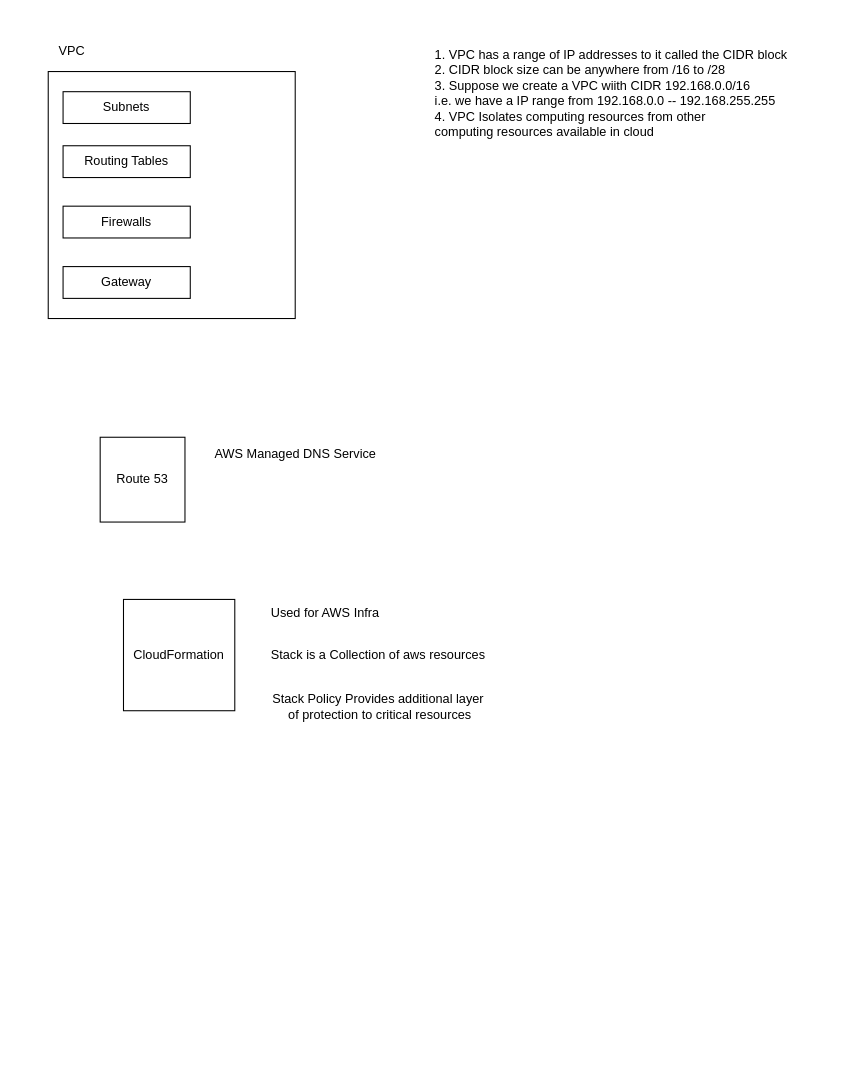
Aekshant/Devops-Notes keeps this draw.io diagram as page "VPC" (2 of 5) of awsDev/AWS Fundamental.drawio. Above is the earlier version. Source tidied: cells renumbered, new cells numbered last; positions are measured from the earlier drawing's top-left corner, leaving out a move shared by most shapes. Both pictures are drawn from the tidied source at 106%, with x=0, y=0 at pixel (48, 37).
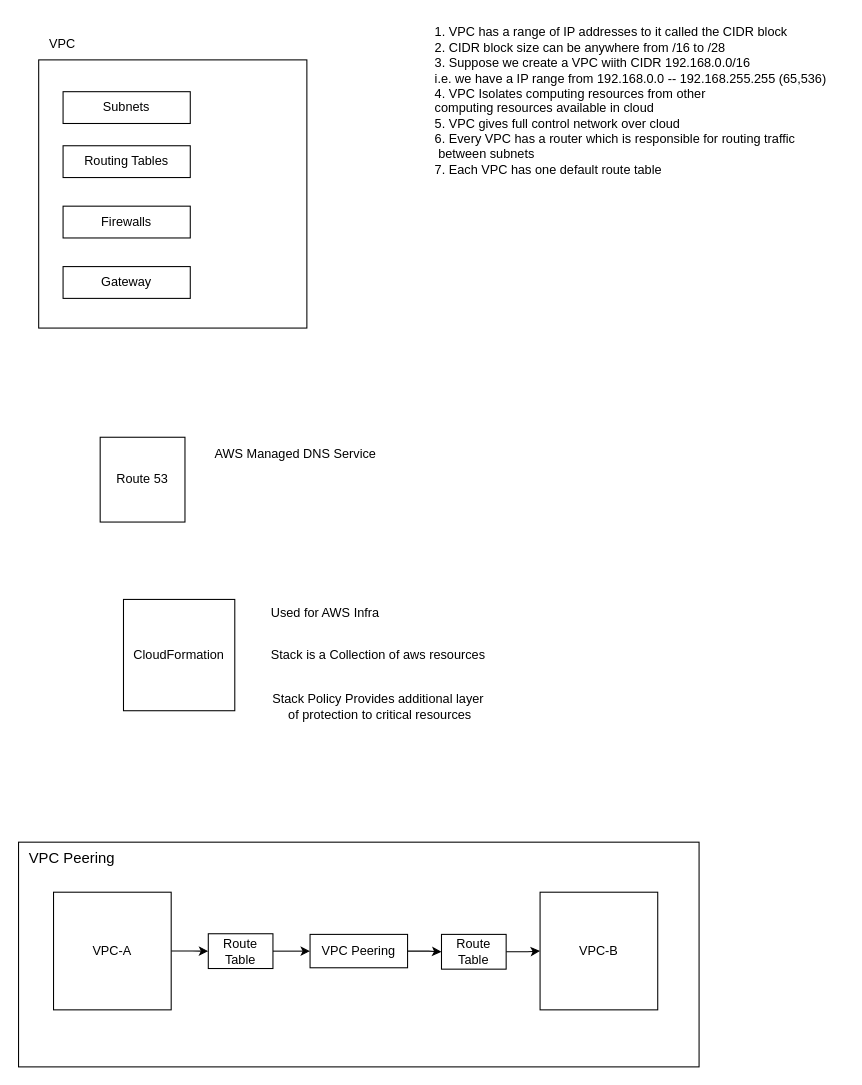
The same page after the edit.

What changed in the source:
```diff
@@
+    <mxCell id="15" style="rounded=0;whiteSpace=wrap;html=1;" parent="1" vertex="1">
+      <mxGeometry x="-28" y="759" width="642" height="212" as="geometry" />
+    </mxCell>
     <mxCell id="2" style="whiteSpace=wrap;html=1;" parent="1" vertex="1">
-      <mxGeometry y="32" width="233" height="233" as="geometry" />
+      <mxGeometry x="-9" y="21" width="253" height="253" as="geometry" />
     </mxCell>
     <mxCell id="3" value="VPC" style="text;html=1;align=center;verticalAlign=middle;strokeColor=none;fillColor=none;" parent="1" vertex="1">
-      <mxGeometry width="43" height="26" as="geometry" />
+      <mxGeometry x="-9" y="-7" width="43" height="26" as="geometry" />
     </mxCell>
@@
-    <mxCell id="8" value="1. VPC has a range of IP addresses to it called the CIDR block&lt;div&gt;2. CIDR block size can be anywhere from /16 to /28&lt;/div&gt;&lt;div&gt;3. Suppose we create a VPC wiith CIDR 192.168.0.0/16&lt;div&gt;i.e. we have a IP range from 192.168.0.0 -- 192.168.255.255&lt;/div&gt;&lt;/div&gt;&lt;div&gt;4. VPC Isolates computing resources from other&amp;nbsp;&lt;/div&gt;&lt;div&gt;computing resources available in cloud&lt;/div&gt;&lt;div&gt;&lt;br&gt;&lt;/div&gt;&lt;div&gt;&lt;br&gt;&lt;/div&gt;" style="text;html=1;align=left;verticalAlign=middle;strokeColor=none;fillColor=none;" parent="1" vertex="1">
-      <mxGeometry x="363" y="3" width="351" height="127" as="geometry" />
+    <mxCell id="8" value="1. VPC has a range of IP addresses to it called the CIDR block&lt;div&gt;2. CIDR block size can be anywhere from /16 to /28&lt;/div&gt;&lt;div&gt;3. Suppose we create a VPC wiith CIDR 192.168.0.0/16&lt;div&gt;i.e. we have a IP range from 192.168.0.0 -- 192.168.255.255 (65,536)&lt;/div&gt;&lt;/div&gt;&lt;div&gt;4. VPC Isolates computing resources from other&amp;nbsp;&lt;/div&gt;&lt;div&gt;computing resources available in cloud&lt;/div&gt;&lt;div&gt;5. VPC gives full control network over cloud&lt;/div&gt;&lt;div&gt;6. Every VPC has a router which is responsible for routing traffic&lt;/div&gt;&lt;div&gt;&amp;nbsp;between subnets&lt;/div&gt;&lt;div&gt;7. Each VPC has one default route table&lt;/div&gt;&lt;div&gt;&lt;br&gt;&lt;/div&gt;" style="text;html=1;align=left;verticalAlign=middle;strokeColor=none;fillColor=none;" parent="1" vertex="1">
+      <mxGeometry x="363" y="-18" width="387" height="170" as="geometry" />
     </mxCell>
@@
+    <mxCell id="16" style="edgeStyle=orthogonalEdgeStyle;rounded=0;jettySize=auto;html=1;" parent="1" edge="1" source="17" target="22">
+      <mxGeometry relative="1" as="geometry" />
+    </mxCell>
+    <mxCell id="17" value="VPC-A" style="whiteSpace=wrap;html=1;" parent="1" vertex="1">
+      <mxGeometry x="5" y="806.2" width="111" height="111" as="geometry" />
+    </mxCell>
+    <mxCell id="18" value="VPC-B" style="whiteSpace=wrap;html=1;" parent="1" vertex="1">
+      <mxGeometry x="464" y="806.2" width="111" height="111" as="geometry" />
+    </mxCell>
+    <mxCell id="19" style="edgeStyle=orthogonalEdgeStyle;rounded=0;jettySize=auto;html=1;" parent="1" edge="1" source="20" target="24">
+      <mxGeometry relative="1" as="geometry" />
+    </mxCell>
+    <mxCell id="20" value="VPC Peering" style="rounded=0;whiteSpace=wrap;html=1;" parent="1" vertex="1">
+      <mxGeometry x="247" y="846" width="92" height="31.5" as="geometry" />
+    </mxCell>
+    <mxCell id="21" style="edgeStyle=orthogonalEdgeStyle;rounded=0;jettySize=auto;html=1;" parent="1" edge="1" source="22" target="20">
+      <mxGeometry relative="1" as="geometry" />
+    </mxCell>
+    <mxCell id="22" value="Route&lt;div&gt;Table&lt;/div&gt;" style="rounded=0;whiteSpace=wrap;html=1;" parent="1" vertex="1">
+      <mxGeometry x="151" y="845.4" width="61" height="32.8" as="geometry" />
+    </mxCell>
+    <mxCell id="23" style="edgeStyle=orthogonalEdgeStyle;rounded=0;jettySize=auto;html=1;" parent="1" edge="1" source="24" target="18">
+      <mxGeometry relative="1" as="geometry" />
+    </mxCell>
+    <mxCell id="24" value="Route&lt;div&gt;Table&lt;/div&gt;" style="rounded=0;whiteSpace=wrap;html=1;" parent="1" vertex="1">
+      <mxGeometry x="371" y="846" width="61" height="32.8" as="geometry" />
+    </mxCell>
+    <mxCell id="25" value="&lt;font style=&quot;font-size: 14px;&quot;&gt;VPC Peering&lt;/font&gt;" style="text;html=1;align=center;verticalAlign=middle;strokeColor=none;fillColor=none;" parent="1" vertex="1">
+      <mxGeometry x="-28" y="759" width="99" height="29" as="geometry" />
+    </mxCell>
```
